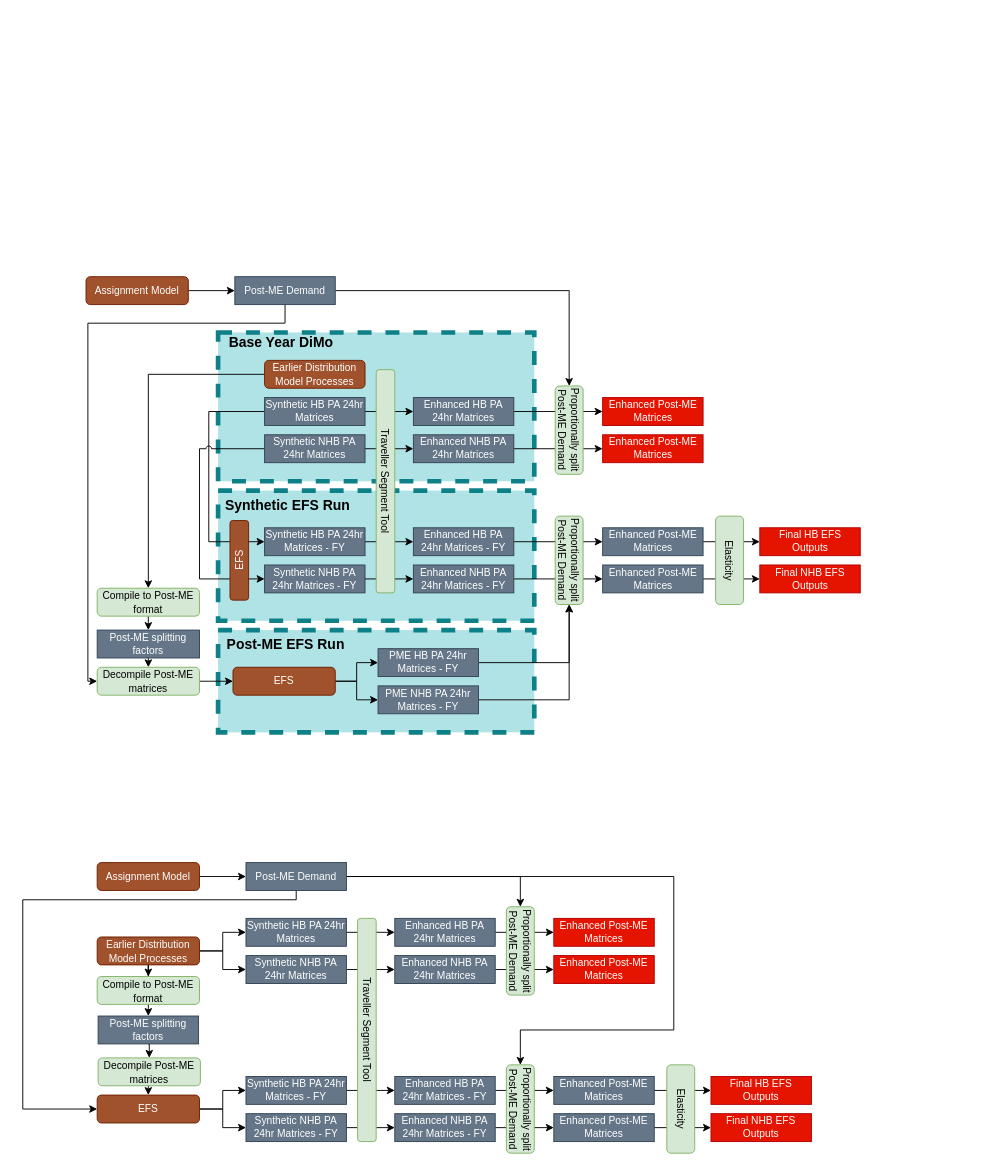
The draw.io diagram page "EFS links" (3 of 6) of docs/op_models/Traveller Segment Tool/Overview.drawio in Transport-for-the-North/NorMITs-Demand, before the edit. Source tidied: cells renumbered, new cells numbered last; positions are measured from the earlier drawing's top-left corner, leaving out a move shared by most shapes. Both pictures are drawn from the tidied source at 93%, with x=0, y=0 at pixel (22, 25).
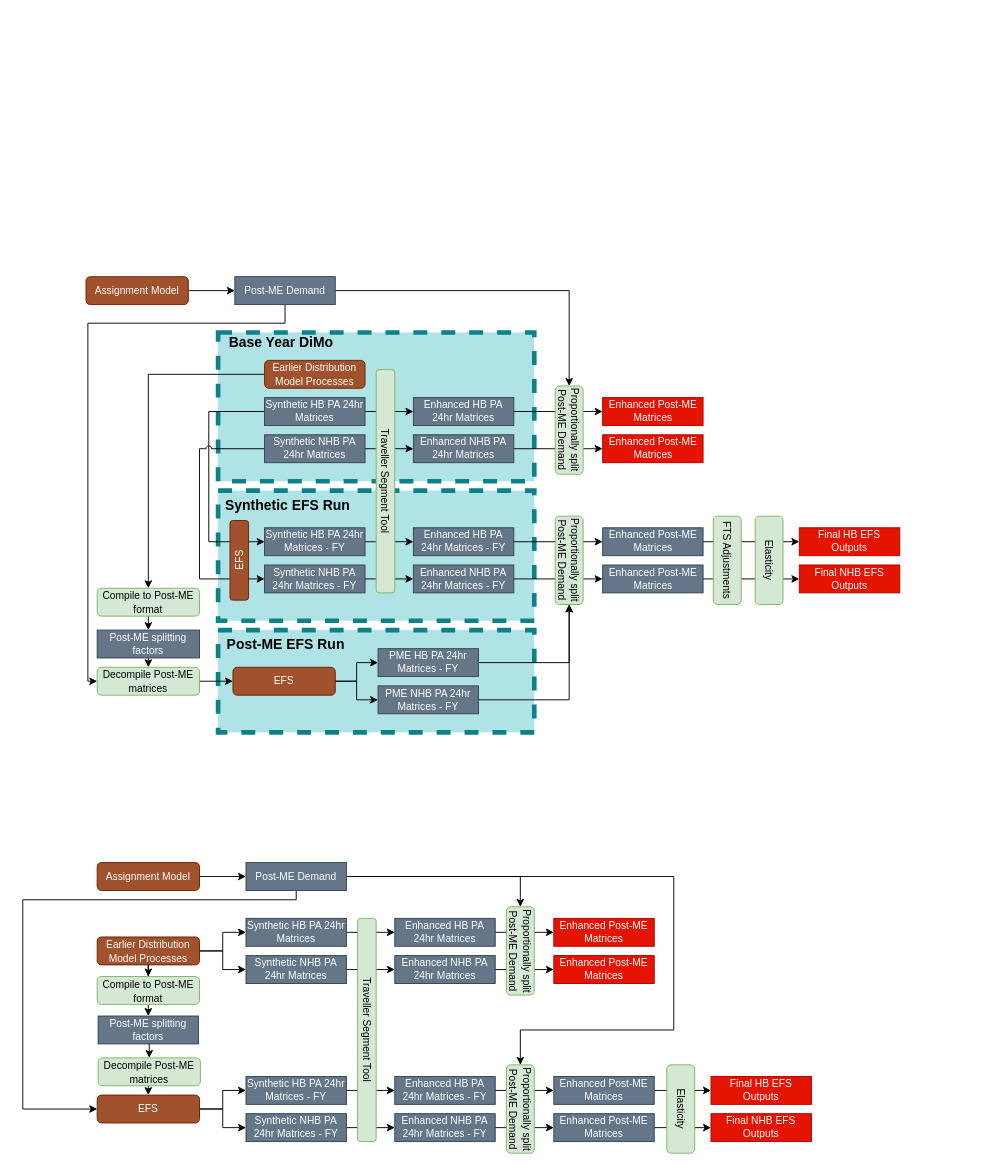
The same page after the edit.

The change refers to these unchanged cells:
```xml
<mxCell id="36" value="Enhanced Post-ME Matrices" style="rounded=0;whiteSpace=wrap;html=1;strokeWidth=1;fillColor=#647687;strokeColor=#314354;fontSize=11;fontColor=#ffffff;" parent="1" vertex="1">
  <mxGeometry x="623.5" y="540" width="108" height="30" as="geometry" />
</mxCell>
```

What changed in the source:
```diff
@@
-    <mxCell id="35" style="edgeStyle=orthogonalEdgeStyle;rounded=0;jettySize=auto;html=1;exitX=1;exitY=0.5;exitDx=0;exitDy=0;" parent="1" edge="1" source="36" target="41">
+    <mxCell id="35" style="edgeStyle=orthogonalEdgeStyle;rounded=0;jettySize=auto;html=1;exitX=1;exitY=0.5;exitDx=0;exitDy=0;entryX=0;entryY=0.5;entryDx=0;entryDy=0;" parent="1" edge="1" source="36" target="41">
       <mxGeometry relative="1" as="geometry" />
     </mxCell>
@@
     <mxCell id="40" value="&lt;span style=&quot;font-size: 11px&quot;&gt;Elasticity&lt;/span&gt;" style="rounded=1;whiteSpace=wrap;html=1;fillColor=#d5e8d4;strokeColor=#82b366;rotation=90;" parent="1" vertex="1">
-      <mxGeometry x="712.5" y="560" width="95" height="30" as="geometry" />
+      <mxGeometry x="755" y="560" width="95" height="30" as="geometry" />
     </mxCell>
     <mxCell id="41" value="Final HB EFS Outputs" style="rounded=0;whiteSpace=wrap;html=1;strokeWidth=1;fillColor=#e51400;strokeColor=#B20000;fontSize=11;fontColor=#ffffff;" parent="1" vertex="1">
-      <mxGeometry x="792.5" y="540" width="108" height="30" as="geometry" />
+      <mxGeometry x="835" y="540" width="108" height="30" as="geometry" />
     </mxCell>
     <mxCell id="42" value="Final NHB EFS Outputs" style="rounded=0;whiteSpace=wrap;html=1;strokeWidth=1;fillColor=#e51400;strokeColor=#B20000;fontSize=11;fontColor=#ffffff;" parent="1" vertex="1">
-      <mxGeometry x="792.5" y="580" width="108" height="30" as="geometry" />
+      <mxGeometry x="835" y="580" width="108" height="30" as="geometry" />
     </mxCell>
@@
+    <mxCell id="107" value="&lt;span style=&quot;font-size: 11px&quot;&gt;FTS Adjustments&lt;br&gt;&lt;/span&gt;" style="rounded=1;whiteSpace=wrap;html=1;fillColor=#d5e8d4;strokeColor=#82b366;rotation=90;" parent="1" vertex="1">
+      <mxGeometry x="710" y="560" width="95" height="30" as="geometry" />
+    </mxCell>
```
